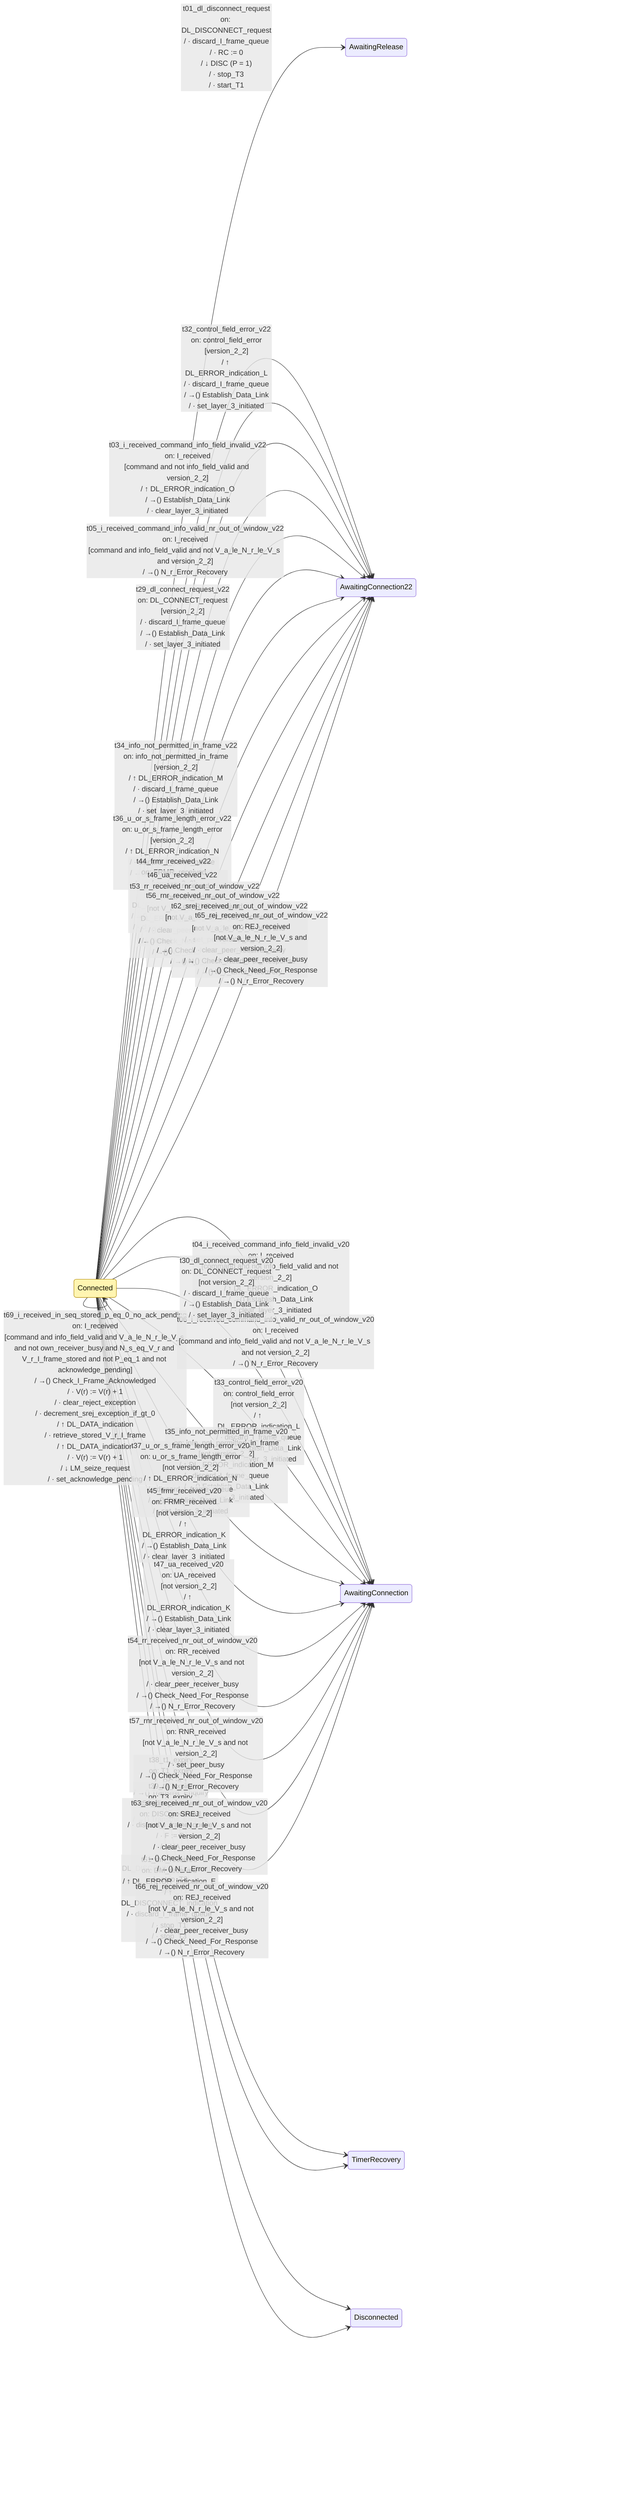
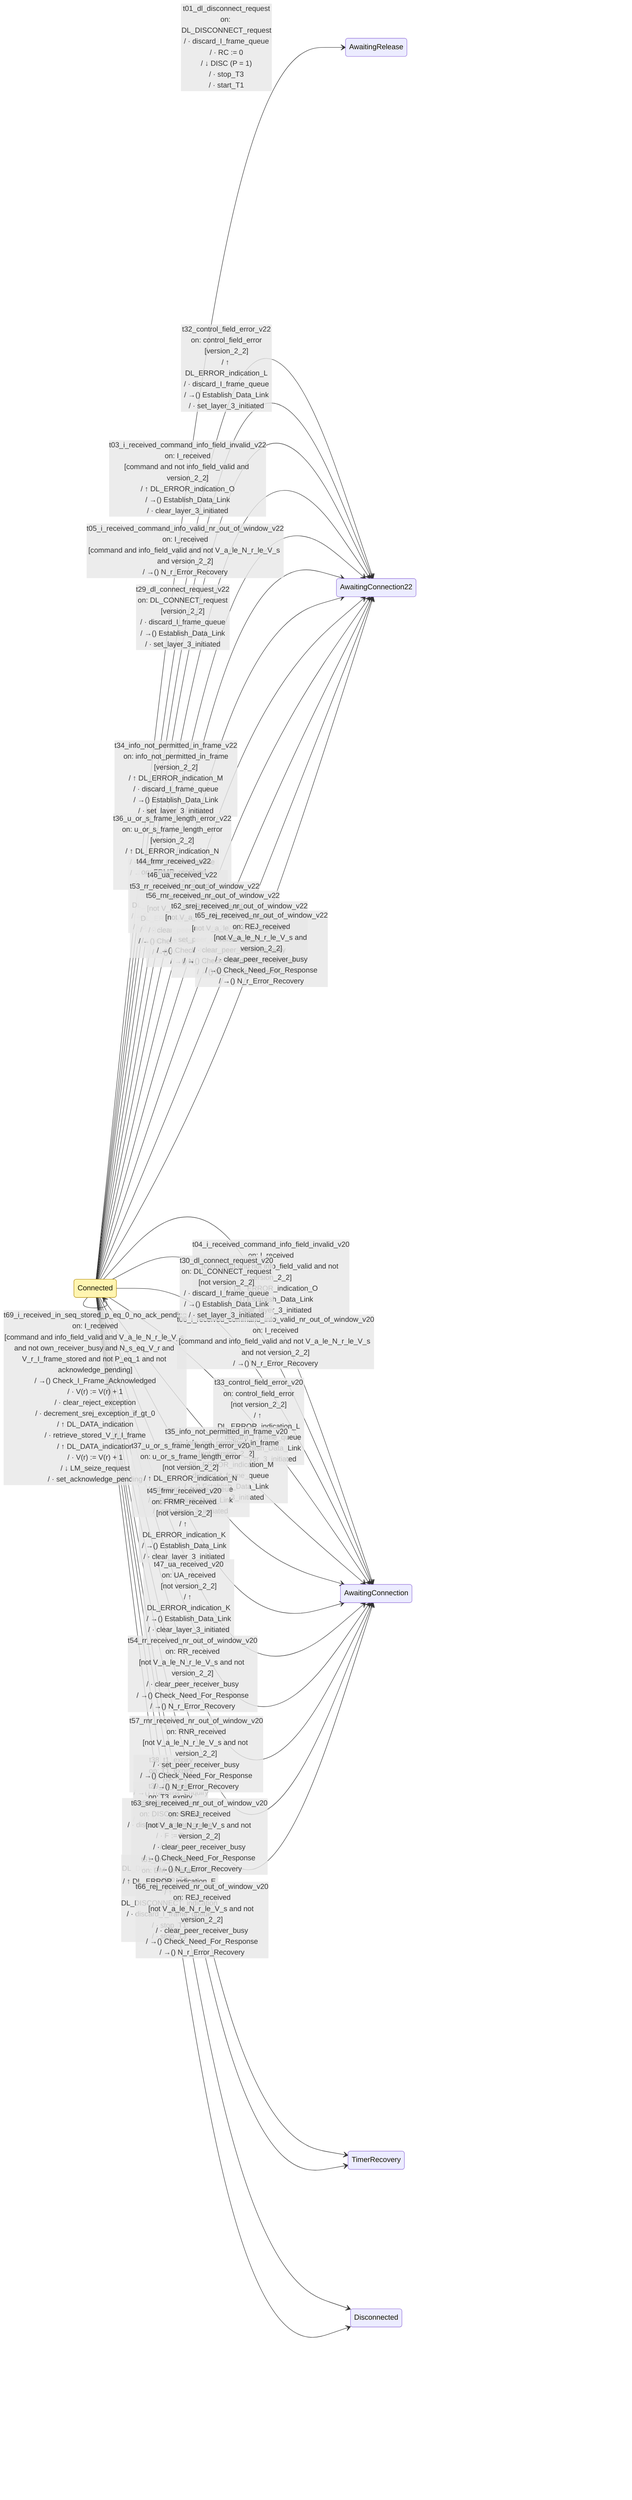
%% This file was produced by tools/Packet.Sdl.CodeGen from spec-sdl/data-link/connected.sdl.yaml
%% Do not edit by hand. Run `dotnet run --project tools/Packet.Sdl.CodeGen` to regenerate.
%%
%% Source: ax.25.2.2.4_Oct_25, figure figc4.4
%% URL: https://raw.githubusercontent.com/packethacking/ax25spec/main/doc/media/figc4.4a.png
%% Coverage: complete
%%
%% Important: this rendering is approximate and intentionally
%% looks nothing like the original SDL figure. It is a machine-
%% generated view of the transitions in the .sdl.yaml — useful
%% for spotting transcription bugs (missing transitions, wrong
%% destination state) but NOT a substitute for reading the spec
%% figure itself. See docs/sdl-primer.md.

stateDiagram-v2
    direction LR

    classDef focal fill:#fff5b1,stroke:#b08800;
    class Connected focal
    Connected --> AwaitingRelease: t01_dl_disconnect_request<br/>on: DL_DISCONNECT_request<br/>/ · discard_I_frame_queue<br/>/ · RC := 0<br/>/ ↓ DISC (P = 1)<br/>/ · stop_T3<br/>/ · start_T1
    Connected --> Connected: t02_i_received_not_command<br/>on: I_received<br/>[not command]<br/>/ ↑ DL_ERROR_indication_O<br/>/ · discard_I_frame
    Connected --> AwaitingConnection22: t03_i_received_command_info_field_invalid_v22<br/>on: I_received<br/>[command and not info_field_valid and version_2_2]<br/>/ ↑ DL_ERROR_indication_O<br/>/ →() Establish_Data_Link<br/>/ · clear_layer_3_initiated
    Connected --> AwaitingConnection: t04_i_received_command_info_field_invalid_v20<br/>on: I_received<br/>[command and not info_field_valid and not version_2_2]<br/>/ ↑ DL_ERROR_indication_O<br/>/ →() Establish_Data_Link<br/>/ · clear_layer_3_initiated
    Connected --> AwaitingConnection22: t05_i_received_command_info_valid_nr_out_of_window_v22<br/>on: I_received<br/>[command and info_field_valid and not V_a_le_N_r_le_V_s and version_2_2]<br/>/ →() N_r_Error_Recovery
    Connected --> AwaitingConnection: t06_i_received_command_info_valid_nr_out_of_window_v20<br/>on: I_received<br/>[command and info_field_valid and not V_a_le_N_r_le_V_s and not version_2_2]<br/>/ →() N_r_Error_Recovery
    Connected --> Connected: t07_i_received_own_busy_p_eq_1<br/>on: I_received<br/>[command and info_field_valid and V_a_le_N_r_le_V_s and own_receiver_busy and P_eq_1]<br/>/ →() Check_I_Frame_Acknowledged<br/>/ · discard_contents_of_I_frame<br/>/ · F := 1<br/>/ · N(r) := V(r)<br/>/ ↓ RR<br/>/ · clear_acknowledge_pending
    Connected --> Connected: t08_i_received_own_busy_p_eq_0<br/>on: I_received<br/>[command and info_field_valid and V_a_le_N_r_le_V_s and own_receiver_busy and not P_eq_1]<br/>/ →() Check_I_Frame_Acknowledged<br/>/ · discard_contents_of_I_frame
    Connected --> Connected: t09_i_received_in_seq_no_stored_p_eq_1<br/>on: I_received<br/>[command and info_field_valid and V_a_le_N_r_le_V_s and not own_receiver_busy and N_s_eq_V_r and not V_r_I_frame_stored and P_eq_1]<br/>/ →() Check_I_Frame_Acknowledged<br/>/ · V(r) := V(r) + 1<br/>/ · clear_reject_exception<br/>/ · decrement_srej_exception_if_gt_0<br/>/ ↑ DL_DATA_indication<br/>/ · F := 1<br/>/ · N(r) := V(r)<br/>/ ↓ RR<br/>/ · clear_acknowledge_pending
    Connected --> Connected: t10_i_received_in_seq_no_stored_p_eq_0_ack_pending<br/>on: I_received<br/>[command and info_field_valid and V_a_le_N_r_le_V_s and not own_receiver_busy and N_s_eq_V_r and not V_r_I_frame_stored and not P_eq_1 and acknowledge_pending]<br/>/ →() Check_I_Frame_Acknowledged<br/>/ · V(r) := V(r) + 1<br/>/ · clear_reject_exception<br/>/ · decrement_srej_exception_if_gt_0<br/>/ ↑ DL_DATA_indication
    Connected --> Connected: t11_i_received_in_seq_no_stored_p_eq_0_no_ack_pending<br/>on: I_received<br/>[command and info_field_valid and V_a_le_N_r_le_V_s and not own_receiver_busy and N_s_eq_V_r and not V_r_I_frame_stored and not P_eq_1 and not acknowledge_pending]<br/>/ →() Check_I_Frame_Acknowledged<br/>/ · V(r) := V(r) + 1<br/>/ · clear_reject_exception<br/>/ · decrement_srej_exception_if_gt_0<br/>/ ↑ DL_DATA_indication<br/>/ ↓ LM_seize_request<br/>/ · set_acknowledge_pending
    Connected --> Connected: t12_i_received_out_of_seq_reject_exception_p_eq_1<br/>on: I_received<br/>[command and info_field_valid and V_a_le_N_r_le_V_s and not own_receiver_busy and not N_s_eq_V_r and reject_exception and P_eq_1]<br/>/ →() Check_I_Frame_Acknowledged<br/>/ · discard_contents_of_I_frame<br/>/ · F := 1<br/>/ · N(r) := V(r)<br/>/ ↓ RR<br/>/ · clear_acknowledge_pending
    Connected --> Connected: t13_i_received_out_of_seq_reject_exception_p_eq_0<br/>on: I_received<br/>[command and info_field_valid and V_a_le_N_r_le_V_s and not own_receiver_busy and not N_s_eq_V_r and reject_exception and not P_eq_1]<br/>/ →() Check_I_Frame_Acknowledged<br/>/ · discard_contents_of_I_frame
    Connected --> Connected: t14_i_received_out_of_seq_srej_enabled_no_excep_in_range<br/>on: I_received<br/>[command and info_field_valid and V_a_le_N_r_le_V_s and not own_receiver_busy and not N_s_eq_V_r and not reject_exception and srej_enabled and not srej_exception_gt_0 and not N_s_gt_V_r_plus_1]<br/>/ →() Check_I_Frame_Acknowledged<br/>/ · save_contents_of_I_frame<br/>/ · N(r) := V(r)<br/>/ · F := 1<br/>/ · increment_srej_exception<br/>/ ↓ SREJ
    Connected --> Connected: t15_i_received_out_of_seq_srej_enabled_no_excep_far_skip<br/>on: I_received<br/>[command and info_field_valid and V_a_le_N_r_le_V_s and not own_receiver_busy and not N_s_eq_V_r and not reject_exception and srej_enabled and not srej_exception_gt_0 and N_s_gt_V_r_plus_1]<br/>/ →() Check_I_Frame_Acknowledged<br/>/ · save_contents_of_I_frame<br/>/ · discard_contents_of_I_frame<br/>/ · set_reject_exception<br/>/ · F := P<br/>/ · N(r) := V(r)<br/>/ ↓ REJ<br/>/ · clear_acknowledge_pending
    Connected --> Connected: t16_i_received_out_of_seq_srej_enabled_existing_excep<br/>on: I_received<br/>[command and info_field_valid and V_a_le_N_r_le_V_s and not own_receiver_busy and not N_s_eq_V_r and not reject_exception and srej_enabled and srej_exception_gt_0]<br/>/ →() Check_I_Frame_Acknowledged<br/>/ · save_contents_of_I_frame<br/>/ · N(r) := N(s)<br/>/ · F := 0<br/>/ · increment_srej_exception<br/>/ ↓ SREJ
    Connected --> Connected: t17_i_received_out_of_seq_srej_disabled<br/>on: I_received<br/>[command and info_field_valid and V_a_le_N_r_le_V_s and not own_receiver_busy and not N_s_eq_V_r and not reject_exception and not srej_enabled]<br/>/ →() Check_I_Frame_Acknowledged<br/>/ · discard_contents_of_I_frame<br/>/ · set_reject_exception<br/>/ · F := P<br/>/ · N(r) := V(r)<br/>/ ↓ REJ<br/>/ · clear_acknowledge_pending
    Connected --> Connected: t18_dl_data_request<br/>on: DL_DATA_request<br/>/ ⇢ push_on_I_frame_queue
    Connected --> Connected: t19_i_frame_pops_off_queue_send_now_t1_running<br/>on: I_frame_pops_off_queue<br/>[not peer_receiver_busy and not V_s_eq_V_a_plus_k and T1_running]<br/>/ · N(s) := V(s)<br/>/ · N(r) := V(r)<br/>/ · p := 0<br/>/ ↓ I_command<br/>/ · V(s) := V(s) + 1<br/>/ · clear_acknowledge_pending
    Connected --> Connected: t20_i_frame_pops_off_queue_send_now_t1_not_running<br/>on: I_frame_pops_off_queue<br/>[not peer_receiver_busy and not V_s_eq_V_a_plus_k and not T1_running]<br/>/ · N(s) := V(s)<br/>/ · N(r) := V(r)<br/>/ · p := 0<br/>/ ↓ I_command<br/>/ · V(s) := V(s) + 1<br/>/ · clear_acknowledge_pending<br/>/ · stop_T3<br/>/ · start_T1
    Connected --> Connected: t21_i_frame_pops_off_queue_window_full<br/>on: I_frame_pops_off_queue<br/>[not peer_receiver_busy and V_s_eq_V_a_plus_k]<br/>/ ⇢ push_on_I_frame_queue
    Connected --> Connected: t22_i_frame_pops_off_queue_peer_busy<br/>on: I_frame_pops_off_queue<br/>[peer_receiver_busy]<br/>/ ⇢ push_on_I_frame_queue
    Connected --> Connected: t23_dl_unit_data_request<br/>on: DL_UNIT_DATA_request<br/>/ ↓ UI_command
    Connected --> Connected: t24_dl_flow_off_when_not_busy<br/>on: DL_FLOW_OFF_request<br/>[own_receiver_busy]<br/>/ · set_own_receiver_busy<br/>/ ↓ RNR_response<br/>/ · clear_acknowledge_pending
    Connected --> Connected: t25_dl_flow_off_when_already_busy<br/>on: DL_FLOW_OFF_request<br/>[not own_receiver_busy]
    Connected --> Connected: t26_dl_flow_on_when_busy_and_t1_not_running<br/>on: DL_FLOW_ON_request<br/>[own_receiver_busy and not T1_running]<br/>/ · clear_own_receiver_busy<br/>/ ↓ RR_command<br/>/ · clear_acknowledge_pending<br/>/ · stop_T3<br/>/ · start_T1
    Connected --> Connected: t27_dl_flow_on_when_busy_and_t1_running<br/>on: DL_FLOW_ON_request<br/>[own_receiver_busy and T1_running]<br/>/ · clear_own_receiver_busy<br/>/ ↓ RR_command<br/>/ · clear_acknowledge_pending
    Connected --> Connected: t28_dl_flow_on_when_not_busy<br/>on: DL_FLOW_ON_request<br/>[not own_receiver_busy]
    Connected --> AwaitingConnection22: t29_dl_connect_request_v22<br/>on: DL_CONNECT_request<br/>[version_2_2]<br/>/ · discard_I_frame_queue<br/>/ →() Establish_Data_Link<br/>/ · set_layer_3_initiated
    Connected --> AwaitingConnection: t30_dl_connect_request_v20<br/>on: DL_CONNECT_request<br/>[not version_2_2]<br/>/ · discard_I_frame_queue<br/>/ →() Establish_Data_Link<br/>/ · set_layer_3_initiated
    Connected --> Connected: t31_all_other_primitives_from_lower_layer<br/>on: all_other_primitives__from_lower_layer
    Connected --> AwaitingConnection22: t32_control_field_error_v22<br/>on: control_field_error<br/>[version_2_2]<br/>/ ↑ DL_ERROR_indication_L<br/>/ · discard_I_frame_queue<br/>/ →() Establish_Data_Link<br/>/ · set_layer_3_initiated
    Connected --> AwaitingConnection: t33_control_field_error_v20<br/>on: control_field_error<br/>[not version_2_2]<br/>/ ↑ DL_ERROR_indication_L<br/>/ · discard_I_frame_queue<br/>/ →() Establish_Data_Link<br/>/ · set_layer_3_initiated
    Connected --> AwaitingConnection22: t34_info_not_permitted_in_frame_v22<br/>on: info_not_permitted_in_frame<br/>[version_2_2]<br/>/ ↑ DL_ERROR_indication_M<br/>/ · discard_I_frame_queue<br/>/ →() Establish_Data_Link<br/>/ · set_layer_3_initiated
    Connected --> AwaitingConnection: t35_info_not_permitted_in_frame_v20<br/>on: info_not_permitted_in_frame<br/>[not version_2_2]<br/>/ ↑ DL_ERROR_indication_M<br/>/ · discard_I_frame_queue<br/>/ →() Establish_Data_Link<br/>/ · set_layer_3_initiated
    Connected --> AwaitingConnection22: t36_u_or_s_frame_length_error_v22<br/>on: u_or_s_frame_length_error<br/>[version_2_2]<br/>/ ↑ DL_ERROR_indication_N<br/>/ · discard_I_frame_queue<br/>/ →() Establish_Data_Link<br/>/ · set_layer_3_initiated
    Connected --> AwaitingConnection: t37_u_or_s_frame_length_error_v20<br/>on: u_or_s_frame_length_error<br/>[not version_2_2]<br/>/ ↑ DL_ERROR_indication_N<br/>/ · discard_I_frame_queue<br/>/ →() Establish_Data_Link<br/>/ · set_layer_3_initiated
    Connected --> TimerRecovery: t38_t1_expiry<br/>on: T1_expiry<br/>/ · RC := 1<br/>/ →() Transmit_Enquiry
    Connected --> TimerRecovery: t39_t3_expiry<br/>on: T3_expiry<br/>/ · RC := 1<br/>/ →() Transmit_Enquiry
    Connected --> Connected: t40_sabm_received_vs_neq_va<br/>on: SABM_received<br/>[not V_s_eq_V_a]<br/>/ · F := P<br/>/ · set_version_2_0<br/>/ ↓ UA<br/>/ →() Clear_Exception_Conditions<br/>/ ↑ DL_ERROR_indication_F<br/>/ · discard_I_frame_queue<br/>/ ↑ DL_CONNECT_indication<br/>/ · stop_T1<br/>/ · start_T3<br/>/ · V(a) := 0<br/>/ · V(s) := 0<br/>/ · V(r) := 0<br/>/ · RC := 0
    Connected --> Connected: t41_sabm_received_vs_eq_va<br/>on: SABM_received<br/>[V_s_eq_V_a]<br/>/ · F := P<br/>/ · set_version_2_0<br/>/ ↓ UA<br/>/ →() Clear_Exception_Conditions<br/>/ ↑ DL_ERROR_indication_F<br/>/ · stop_T1<br/>/ · start_T3<br/>/ · V(a) := 0<br/>/ · V(s) := 0<br/>/ · V(r) := 0<br/>/ · RC := 0
    Connected --> Connected: t42_sabme_received_vs_neq_va<br/>on: SABME_received<br/>[not V_s_eq_V_a]<br/>/ · F := P<br/>/ · set_version_2_2<br/>/ ↓ UA<br/>/ →() Clear_Exception_Conditions<br/>/ ↑ DL_ERROR_indication_F<br/>/ · discard_I_frame_queue<br/>/ ↑ DL_CONNECT_indication<br/>/ · stop_T1<br/>/ · start_T3<br/>/ · V(a) := 0<br/>/ · V(s) := 0<br/>/ · V(r) := 0<br/>/ · RC := 0
    Connected --> Connected: t43_sabme_received_vs_eq_va<br/>on: SABME_received<br/>[V_s_eq_V_a]<br/>/ · F := P<br/>/ · set_version_2_2<br/>/ ↓ UA<br/>/ →() Clear_Exception_Conditions<br/>/ ↑ DL_ERROR_indication_F<br/>/ · stop_T1<br/>/ · start_T3<br/>/ · V(a) := 0<br/>/ · V(s) := 0<br/>/ · V(r) := 0<br/>/ · RC := 0
    Connected --> AwaitingConnection22: t44_frmr_received_v22<br/>on: FRMR_received<br/>[version_2_2]<br/>/ ↑ DL_ERROR_indication_K<br/>/ →() Establish_Data_Link<br/>/ · clear_layer_3_initiated
    Connected --> AwaitingConnection: t45_frmr_received_v20<br/>on: FRMR_received<br/>[not version_2_2]<br/>/ ↑ DL_ERROR_indication_K<br/>/ →() Establish_Data_Link<br/>/ · clear_layer_3_initiated
    Connected --> AwaitingConnection22: t46_ua_received_v22<br/>on: UA_received<br/>[version_2_2]<br/>/ ↑ DL_ERROR_indication_K<br/>/ →() Establish_Data_Link<br/>/ · clear_layer_3_initiated
    Connected --> AwaitingConnection: t47_ua_received_v20<br/>on: UA_received<br/>[not version_2_2]<br/>/ ↑ DL_ERROR_indication_K<br/>/ →() Establish_Data_Link<br/>/ · clear_layer_3_initiated
    Connected --> Connected: t48_ui_received_p_eq_0<br/>on: UI_received<br/>[not P_eq_1]<br/>/ →() UI_Check
    Connected --> Connected: t49_ui_received_p_eq_1<br/>on: UI_received<br/>[P_eq_1]<br/>/ →() UI_Check<br/>/ →() Enquiry_Response_F_1
    Connected --> Disconnected: t50_disc_received<br/>on: DISC_received<br/>/ · discard_I_frame_queue<br/>/ · F := P<br/>/ ↓ UA<br/>/ ↑ DL_DISCONNECT_indication<br/>/ · stop_T3<br/>/ · start_T1
    Connected --> Disconnected: t51_dm_received<br/>on: DM_received<br/>/ ↑ DL_ERROR_indication_E<br/>/ ↑ DL_DISCONNECT_indication<br/>/ · discard_I_frame_queue<br/>/ · stop_T1<br/>/ · stop_T3
    Connected --> Connected: t52_rr_received_nr_in_window<br/>on: RR_received<br/>[V_a_le_N_r_le_V_s]<br/>/ · clear_peer_receiver_busy<br/>/ →() Check_Need_For_Response<br/>/ →() Check_I_Frame_Acknowledged
    Connected --> AwaitingConnection22: t53_rr_received_nr_out_of_window_v22<br/>on: RR_received<br/>[not V_a_le_N_r_le_V_s and version_2_2]<br/>/ · clear_peer_receiver_busy<br/>/ →() Check_Need_For_Response<br/>/ →() N_r_Error_Recovery
    Connected --> AwaitingConnection: t54_rr_received_nr_out_of_window_v20<br/>on: RR_received<br/>[not V_a_le_N_r_le_V_s and not version_2_2]<br/>/ · clear_peer_receiver_busy<br/>/ →() Check_Need_For_Response<br/>/ →() N_r_Error_Recovery
-     Connected --> Connected: t55_rnr_received_nr_in_window<br/>on: RNR_received<br/>[V_a_le_N_r_le_V_s]<br/>/ · set_peer_busy<br/>/ →() Check_Need_For_Response<br/>/ →() Check_I_Frame_Acknowledged
-     Connected --> AwaitingConnection22: t56_rnr_received_nr_out_of_window_v22<br/>on: RNR_received<br/>[not V_a_le_N_r_le_V_s and version_2_2]<br/>/ · set_peer_busy<br/>/ →() Check_Need_For_Response<br/>/ →() N_r_Error_Recovery
-     Connected --> AwaitingConnection: t57_rnr_received_nr_out_of_window_v20<br/>on: RNR_received<br/>[not V_a_le_N_r_le_V_s and not version_2_2]<br/>/ · set_peer_busy<br/>/ →() Check_Need_For_Response<br/>/ →() N_r_Error_Recovery
+     Connected --> Connected: t55_rnr_received_nr_in_window<br/>on: RNR_received<br/>[V_a_le_N_r_le_V_s]<br/>/ · set_peer_receiver_busy<br/>/ →() Check_Need_For_Response<br/>/ →() Check_I_Frame_Acknowledged
+     Connected --> AwaitingConnection22: t56_rnr_received_nr_out_of_window_v22<br/>on: RNR_received<br/>[not V_a_le_N_r_le_V_s and version_2_2]<br/>/ · set_peer_receiver_busy<br/>/ →() Check_Need_For_Response<br/>/ →() N_r_Error_Recovery
+     Connected --> AwaitingConnection: t57_rnr_received_nr_out_of_window_v20<br/>on: RNR_received<br/>[not V_a_le_N_r_le_V_s and not version_2_2]<br/>/ · set_peer_receiver_busy<br/>/ →() Check_Need_For_Response<br/>/ →() N_r_Error_Recovery
    Connected --> Connected: t58_lm_seize_confirm_no_ack_pending<br/>on: LM_SEIZE_confirm<br/>[not acknowledge_pending]<br/>/ ↓ LM_release_request
    Connected --> Connected: t59_lm_seize_confirm_ack_pending<br/>on: LM_SEIZE_confirm<br/>[acknowledge_pending]<br/>/ · clear_acknowledge_pending<br/>/ →() Enquiry_Response_F_0<br/>/ ↓ LM_release_request
    Connected --> Connected: t60_srej_received_nr_in_window_pf_eq_0<br/>on: SREJ_received<br/>[V_a_le_N_r_le_V_s and not P_or_F_eq_1]<br/>/ · clear_peer_receiver_busy<br/>/ →() Check_Need_For_Response<br/>/ · stop_T1<br/>/ · start_T3<br/>/ →() Select_T1_Value<br/>/ ⇢ push_old_I_frame_N_r_on_queue<br/>/ ↓ LM_data_request<br/>/ · stop_T3<br/>/ · start_T1<br/>/ · clear_acknowledge_pending
    Connected --> Connected: t61_srej_received_nr_in_window_pf_eq_1<br/>on: SREJ_received<br/>[V_a_le_N_r_le_V_s and P_or_F_eq_1]<br/>/ · clear_peer_receiver_busy<br/>/ →() Check_Need_For_Response<br/>/ · V(a) := N(r)<br/>/ · stop_T1<br/>/ · start_T3<br/>/ →() Select_T1_Value<br/>/ ⇢ push_old_I_frame_N_r_on_queue<br/>/ ↓ LM_data_request<br/>/ · stop_T3<br/>/ · start_T1<br/>/ · clear_acknowledge_pending
    Connected --> AwaitingConnection22: t62_srej_received_nr_out_of_window_v22<br/>on: SREJ_received<br/>[not V_a_le_N_r_le_V_s and version_2_2]<br/>/ · clear_peer_receiver_busy<br/>/ →() Check_Need_For_Response<br/>/ →() N_r_Error_Recovery
    Connected --> AwaitingConnection: t63_srej_received_nr_out_of_window_v20<br/>on: SREJ_received<br/>[not V_a_le_N_r_le_V_s and not version_2_2]<br/>/ · clear_peer_receiver_busy<br/>/ →() Check_Need_For_Response<br/>/ →() N_r_Error_Recovery
    Connected --> Connected: t64_rej_received_nr_in_window<br/>on: REJ_received<br/>[V_a_le_N_r_le_V_s]<br/>/ · clear_peer_receiver_busy<br/>/ →() Check_Need_For_Response<br/>/ · V(a) := N(r)<br/>/ · start_T1<br/>/ · stop_T3<br/>/ · clear_acknowledge_pending<br/>/ →() Select_T1_Value<br/>/ →() Invoke_Retransmission
    Connected --> AwaitingConnection22: t65_rej_received_nr_out_of_window_v22<br/>on: REJ_received<br/>[not V_a_le_N_r_le_V_s and version_2_2]<br/>/ · clear_peer_receiver_busy<br/>/ →() Check_Need_For_Response<br/>/ →() N_r_Error_Recovery
    Connected --> AwaitingConnection: t66_rej_received_nr_out_of_window_v20<br/>on: REJ_received<br/>[not V_a_le_N_r_le_V_s and not version_2_2]<br/>/ · clear_peer_receiver_busy<br/>/ →() Check_Need_For_Response<br/>/ →() N_r_Error_Recovery
    Connected --> Connected: t67_i_received_in_seq_stored_p_eq_1<br/>on: I_received<br/>[command and info_field_valid and V_a_le_N_r_le_V_s and not own_receiver_busy and N_s_eq_V_r and V_r_I_frame_stored and P_eq_1]<br/>/ →() Check_I_Frame_Acknowledged<br/>/ · V(r) := V(r) + 1<br/>/ · clear_reject_exception<br/>/ · decrement_srej_exception_if_gt_0<br/>/ ↑ DL_DATA_indication<br/>/ · retrieve_stored_V_r_I_frame<br/>/ ↑ DL_DATA_indication<br/>/ · V(r) := V(r) + 1<br/>/ · F := 1<br/>/ · N(r) := V(r)<br/>/ ↓ RR<br/>/ · clear_acknowledge_pending
    Connected --> Connected: t68_i_received_in_seq_stored_p_eq_0_ack_pending<br/>on: I_received<br/>[command and info_field_valid and V_a_le_N_r_le_V_s and not own_receiver_busy and N_s_eq_V_r and V_r_I_frame_stored and not P_eq_1 and acknowledge_pending]<br/>/ →() Check_I_Frame_Acknowledged<br/>/ · V(r) := V(r) + 1<br/>/ · clear_reject_exception<br/>/ · decrement_srej_exception_if_gt_0<br/>/ ↑ DL_DATA_indication<br/>/ · retrieve_stored_V_r_I_frame<br/>/ ↑ DL_DATA_indication<br/>/ · V(r) := V(r) + 1
    Connected --> Connected: t69_i_received_in_seq_stored_p_eq_0_no_ack_pending<br/>on: I_received<br/>[command and info_field_valid and V_a_le_N_r_le_V_s and not own_receiver_busy and N_s_eq_V_r and V_r_I_frame_stored and not P_eq_1 and not acknowledge_pending]<br/>/ →() Check_I_Frame_Acknowledged<br/>/ · V(r) := V(r) + 1<br/>/ · clear_reject_exception<br/>/ · decrement_srej_exception_if_gt_0<br/>/ ↑ DL_DATA_indication<br/>/ · retrieve_stored_V_r_I_frame<br/>/ ↑ DL_DATA_indication<br/>/ · V(r) := V(r) + 1<br/>/ ↓ LM_seize_request<br/>/ · set_acknowledge_pending
